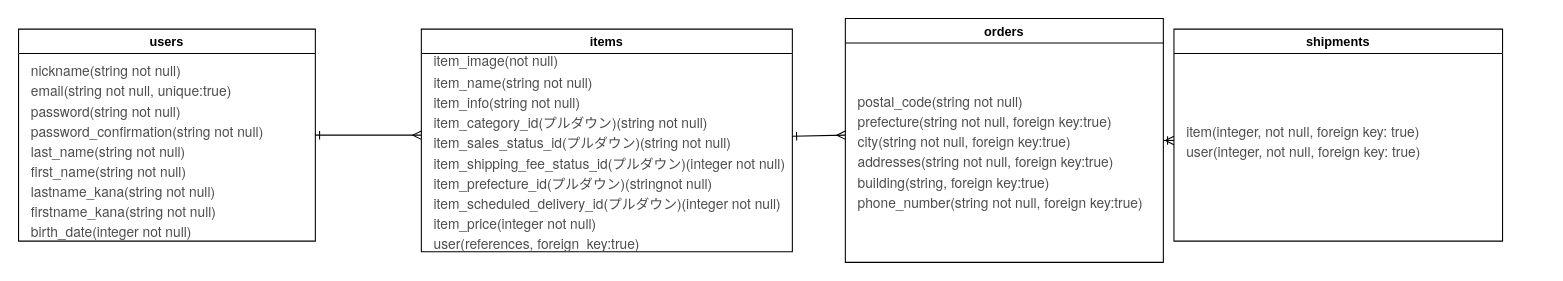
The draw.io diagram test.dio in ezurechan/furima-38118, before the edit. Source tidied: cells renumbered, new cells numbered last; positions are measured from the earlier drawing's top-left corner, leaving out a move shared by most shapes. Both pictures are drawn from the tidied source at 106%, with x=0, y=0 at pixel (18, 18).
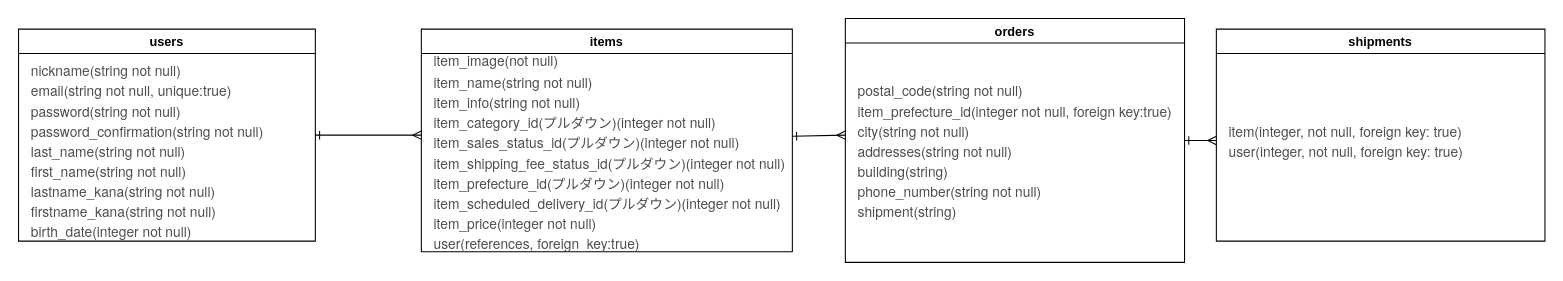
Above is the later version.

Diff of the diagram source:
```diff
@@
 <mxGraphModel>
   <root>
     <mxCell id="0" />
     <mxCell id="1" parent="0" />
     <mxCell id="2" style="edgeStyle=none;html=1;exitX=1;exitY=0.5;exitDx=0;exitDy=0;fontSize=13;fontColor=#FFFFFF;startArrow=ERone;startFill=0;endArrow=ERmany;endFill=0;" parent="1" edge="1" source="3">
       <mxGeometry relative="1" as="geometry">
         <mxPoint x="380" y="110" as="targetPoint" />
       </mxGeometry>
     </mxCell>
     <mxCell id="3" value="users" style="swimlane;labelBackgroundColor=default;" parent="1" vertex="1">
       <mxGeometry y="10" width="280" height="200" as="geometry" />
     </mxCell>
     <mxCell id="4" value="&lt;p class=&quot;p1&quot; style=&quot;margin: 0px ; font-stretch: normal ; font-size: 13px ; line-height: normal ; font-family: &amp;quot;helvetica neue&amp;quot;&quot;&gt;&lt;font&gt;nickname(&lt;/font&gt;&lt;span style=&quot;&quot;&gt;string&lt;/span&gt;&lt;font&gt;&amp;nbsp;not null)&lt;/font&gt;&lt;/p&gt;&lt;p class=&quot;p1&quot; style=&quot;margin: 0px ; font-stretch: normal ; font-size: 13px ; line-height: normal ; font-family: &amp;quot;helvetica neue&amp;quot;&quot;&gt;&lt;font&gt;email(&lt;/font&gt;&lt;span style=&quot;&quot;&gt;string&lt;/span&gt;&lt;font&gt;&amp;nbsp;not null, unique:true)&lt;/font&gt;&lt;/p&gt;&lt;p class=&quot;p1&quot; style=&quot;margin: 0px ; font-stretch: normal ; font-size: 13px ; line-height: normal ; font-family: &amp;quot;helvetica neue&amp;quot;&quot;&gt;&lt;font&gt;password(&lt;/font&gt;&lt;span style=&quot;&quot;&gt;string&lt;/span&gt;&lt;font&gt;&amp;nbsp;not null)&lt;/font&gt;&lt;/p&gt;&lt;p class=&quot;p1&quot; style=&quot;margin: 0px ; font-stretch: normal ; font-size: 13px ; line-height: normal ; font-family: &amp;quot;helvetica neue&amp;quot;&quot;&gt;&lt;font&gt;password_confirmation(&lt;/font&gt;&lt;span style=&quot;&quot;&gt;string&lt;/span&gt;&lt;font&gt;&amp;nbsp;not null)&lt;/font&gt;&lt;/p&gt;&lt;p class=&quot;p1&quot; style=&quot;margin: 0px ; font-stretch: normal ; font-size: 13px ; line-height: normal ; font-family: &amp;quot;helvetica neue&amp;quot;&quot;&gt;&lt;font&gt;last_name(&lt;/font&gt;&lt;span style=&quot;&quot;&gt;string&lt;/span&gt;&lt;font&gt;&amp;nbsp;not null)&lt;/font&gt;&lt;/p&gt;&lt;p class=&quot;p1&quot; style=&quot;margin: 0px ; font-stretch: normal ; font-size: 13px ; line-height: normal ; font-family: &amp;quot;helvetica neue&amp;quot;&quot;&gt;&lt;font&gt;first_name(&lt;/font&gt;&lt;span style=&quot;&quot;&gt;string&lt;/span&gt;&lt;font&gt;&amp;nbsp;not null)&lt;/font&gt;&lt;/p&gt;&lt;p class=&quot;p1&quot; style=&quot;margin: 0px ; font-stretch: normal ; font-size: 13px ; line-height: normal ; font-family: &amp;quot;helvetica neue&amp;quot;&quot;&gt;&lt;font&gt;lastname_kana(&lt;/font&gt;&lt;span style=&quot;&quot;&gt;string&lt;/span&gt;&lt;font&gt;&amp;nbsp;not null)&lt;/font&gt;&lt;/p&gt;&lt;p class=&quot;p1&quot; style=&quot;margin: 0px ; font-stretch: normal ; font-size: 13px ; line-height: normal ; font-family: &amp;quot;helvetica neue&amp;quot;&quot;&gt;&lt;font&gt;firstname_kana(&lt;/font&gt;&lt;span style=&quot;&quot;&gt;string&lt;/span&gt;&lt;font&gt;&amp;nbsp;not null)&lt;/font&gt;&lt;/p&gt;&lt;p class=&quot;p1&quot; style=&quot;margin: 0px ; font-stretch: normal ; font-size: 13px ; line-height: normal ; font-family: &amp;quot;helvetica neue&amp;quot;&quot;&gt;&lt;font&gt;birth_date(integer not null)&lt;/font&gt;&lt;/p&gt;" style="text;html=1;align=left;verticalAlign=middle;strokeColor=none;fillColor=none;fontColor=#4D4D4D;" parent="3" vertex="1">
       <mxGeometry x="10" y="40" width="240" height="150" as="geometry" />
     </mxCell>
     <mxCell id="5" style="edgeStyle=none;html=1;fontSize=13;fontColor=#FFFFFF;startArrow=ERone;startFill=0;endArrow=ERmany;endFill=0;" parent="1" edge="1" source="6">
       <mxGeometry relative="1" as="geometry">
         <mxPoint x="780" y="110" as="targetPoint" />
       </mxGeometry>
     </mxCell>
     <mxCell id="6" value="items" style="swimlane;" parent="1" vertex="1">
       <mxGeometry x="380" y="10" width="350" height="210" as="geometry" />
     </mxCell>
-    <mxCell id="7" value="&lt;p class=&quot;p1&quot; style=&quot;margin: 0px 0px 2px ; font-stretch: normal ; line-height: normal ; font-family: &amp;#34;helvetica neue&amp;#34; ; font-size: 13px&quot;&gt;&lt;font style=&quot;font-size: 13px&quot;&gt;item_image(not null)&lt;/font&gt;&lt;/p&gt;&lt;p class=&quot;p2&quot; style=&quot;margin: 0px ; font-stretch: normal ; line-height: normal ; font-family: &amp;#34;helvetica neue&amp;#34; ; font-size: 13px&quot;&gt;&lt;font style=&quot;font-size: 13px&quot;&gt;item_name(string not null)&lt;/font&gt;&lt;/p&gt;&lt;p class=&quot;p2&quot; style=&quot;margin: 0px ; font-stretch: normal ; line-height: normal ; font-family: &amp;#34;helvetica neue&amp;#34; ; font-size: 13px&quot;&gt;&lt;font style=&quot;font-size: 13px&quot;&gt;item_info(string&amp;nbsp;not null)&lt;/font&gt;&lt;/p&gt;&lt;p class=&quot;p2&quot; style=&quot;margin: 0px ; font-stretch: normal ; line-height: normal ; font-family: &amp;#34;helvetica neue&amp;#34; ; font-size: 13px&quot;&gt;&lt;font style=&quot;font-size: 13px&quot;&gt;item_category_id(プルダウン)(string&amp;nbsp;not null)&lt;/font&gt;&lt;/p&gt;&lt;p class=&quot;p2&quot; style=&quot;margin: 0px ; font-stretch: normal ; line-height: normal ; font-family: &amp;#34;helvetica neue&amp;#34; ; font-size: 13px&quot;&gt;&lt;font style=&quot;font-size: 13px&quot;&gt;item_sales_status_id(プルダウン)(string not null)&lt;/font&gt;&lt;/p&gt;&lt;p class=&quot;p2&quot; style=&quot;margin: 0px ; font-stretch: normal ; line-height: normal ; font-family: &amp;#34;helvetica neue&amp;#34; ; font-size: 13px&quot;&gt;&lt;font style=&quot;font-size: 13px&quot;&gt;item_shipping_fee_status_id(プルダウン)(integer not null)&lt;/font&gt;&lt;/p&gt;&lt;p class=&quot;p2&quot; style=&quot;margin: 0px ; font-stretch: normal ; line-height: normal ; font-family: &amp;#34;helvetica neue&amp;#34; ; font-size: 13px&quot;&gt;&lt;font style=&quot;font-size: 13px&quot;&gt;item_prefecture_id(プルダウン)(stringnot null)&lt;/font&gt;&lt;/p&gt;&lt;p class=&quot;p2&quot; style=&quot;margin: 0px ; font-stretch: normal ; line-height: normal ; font-family: &amp;#34;helvetica neue&amp;#34; ; font-size: 13px&quot;&gt;&lt;font style=&quot;font-size: 13px&quot;&gt;item_scheduled_delivery_id(プルダウン)(integer not null)&lt;/font&gt;&lt;/p&gt;&lt;p class=&quot;p2&quot; style=&quot;margin: 0px ; font-stretch: normal ; line-height: normal ; font-family: &amp;#34;helvetica neue&amp;#34; ; font-size: 13px&quot;&gt;&lt;font style=&quot;font-size: 13px&quot;&gt;item_price(integer not null)&lt;/font&gt;&lt;/p&gt;&lt;p class=&quot;p2&quot; style=&quot;margin: 0px ; font-stretch: normal ; line-height: normal ; font-family: &amp;#34;helvetica neue&amp;#34; ; font-size: 13px&quot;&gt;&lt;font style=&quot;font-size: 13px&quot;&gt;user(references, foreign_key:true)&lt;/font&gt;&lt;/p&gt;" style="text;html=1;align=left;verticalAlign=middle;strokeColor=none;fillColor=none;fontColor=#4D4D4D;" parent="6" vertex="1">
+    <mxCell id="7" value="&lt;p class=&quot;p1&quot; style=&quot;margin: 0px 0px 2px ; font-stretch: normal ; line-height: normal ; font-family: &amp;#34;helvetica neue&amp;#34; ; font-size: 13px&quot;&gt;&lt;font style=&quot;font-size: 13px&quot;&gt;item_image(not null)&lt;/font&gt;&lt;/p&gt;&lt;p class=&quot;p2&quot; style=&quot;margin: 0px ; font-stretch: normal ; line-height: normal ; font-family: &amp;#34;helvetica neue&amp;#34; ; font-size: 13px&quot;&gt;&lt;font style=&quot;font-size: 13px&quot;&gt;item_name(string not null)&lt;/font&gt;&lt;/p&gt;&lt;p class=&quot;p2&quot; style=&quot;margin: 0px ; font-stretch: normal ; line-height: normal ; font-family: &amp;#34;helvetica neue&amp;#34; ; font-size: 13px&quot;&gt;&lt;font style=&quot;font-size: 13px&quot;&gt;item_info(string&amp;nbsp;not null)&lt;/font&gt;&lt;/p&gt;&lt;p class=&quot;p2&quot; style=&quot;margin: 0px ; font-stretch: normal ; line-height: normal ; font-family: &amp;#34;helvetica neue&amp;#34; ; font-size: 13px&quot;&gt;&lt;font style=&quot;font-size: 13px&quot;&gt;item_category_id(プルダウン)(integer not null)&lt;/font&gt;&lt;/p&gt;&lt;p class=&quot;p2&quot; style=&quot;margin: 0px ; font-stretch: normal ; line-height: normal ; font-family: &amp;#34;helvetica neue&amp;#34; ; font-size: 13px&quot;&gt;&lt;font style=&quot;font-size: 13px&quot;&gt;item_sales_status_id(プルダウン)(integer not null)&lt;/font&gt;&lt;/p&gt;&lt;p class=&quot;p2&quot; style=&quot;margin: 0px ; font-stretch: normal ; line-height: normal ; font-family: &amp;#34;helvetica neue&amp;#34; ; font-size: 13px&quot;&gt;&lt;font style=&quot;font-size: 13px&quot;&gt;item_shipping_fee_status_id(プルダウン)(integer not null)&lt;/font&gt;&lt;/p&gt;&lt;p class=&quot;p2&quot; style=&quot;margin: 0px ; font-stretch: normal ; line-height: normal ; font-family: &amp;#34;helvetica neue&amp;#34; ; font-size: 13px&quot;&gt;&lt;font style=&quot;font-size: 13px&quot;&gt;item_prefecture_id(プルダウン)(integer not null)&lt;/font&gt;&lt;/p&gt;&lt;p class=&quot;p2&quot; style=&quot;margin: 0px ; font-stretch: normal ; line-height: normal ; font-family: &amp;#34;helvetica neue&amp;#34; ; font-size: 13px&quot;&gt;&lt;font style=&quot;font-size: 13px&quot;&gt;item_scheduled_delivery_id(プルダウン)(integer not null)&lt;/font&gt;&lt;/p&gt;&lt;p class=&quot;p2&quot; style=&quot;margin: 0px ; font-stretch: normal ; line-height: normal ; font-family: &amp;#34;helvetica neue&amp;#34; ; font-size: 13px&quot;&gt;&lt;font style=&quot;font-size: 13px&quot;&gt;item_price(integer not null)&lt;/font&gt;&lt;/p&gt;&lt;p class=&quot;p2&quot; style=&quot;margin: 0px ; font-stretch: normal ; line-height: normal ; font-family: &amp;#34;helvetica neue&amp;#34; ; font-size: 13px&quot;&gt;&lt;font style=&quot;font-size: 13px&quot;&gt;user(references, foreign_key:true)&lt;/font&gt;&lt;/p&gt;" style="text;html=1;align=left;verticalAlign=middle;strokeColor=none;fillColor=none;fontColor=#4D4D4D;" parent="6" vertex="1">
       <mxGeometry x="10" y="20" width="340" height="190" as="geometry" />
     </mxCell>
     <mxCell id="8" style="edgeStyle=none;html=1;fontSize=13;fontColor=#FFFFFF;startArrow=ERone;startFill=0;endArrow=ERmany;endFill=0;" parent="1" edge="1" source="9">
       <mxGeometry relative="1" as="geometry">
-        <mxPoint x="1090" y="115" as="targetPoint" />
+        <mxPoint x="1130" y="115" as="targetPoint" />
       </mxGeometry>
     </mxCell>
     <mxCell id="9" value="orders" style="swimlane;" parent="1" vertex="1">
-      <mxGeometry x="780" width="300" height="230" as="geometry" />
+      <mxGeometry x="780" width="320" height="230" as="geometry" />
     </mxCell>
-    <mxCell id="10" value="&lt;p class=&quot;p1&quot; style=&quot;margin: 0px ; font-stretch: normal ; line-height: normal ; font-family: &amp;#34;helvetica neue&amp;#34;&quot;&gt;&lt;span&gt;postal_code(string not null)&lt;/span&gt;&lt;br&gt;&lt;/p&gt;&lt;p class=&quot;p1&quot; style=&quot;margin: 0px ; font-stretch: normal ; line-height: normal ; font-family: &amp;#34;helvetica neue&amp;#34;&quot;&gt;prefecture(string&amp;nbsp;not null, foreign key:true&lt;span&gt;)&lt;/span&gt;&lt;/p&gt;&lt;p class=&quot;p1&quot; style=&quot;margin: 0px ; font-stretch: normal ; line-height: normal ; font-family: &amp;#34;helvetica neue&amp;#34;&quot;&gt;city(string&amp;nbsp;not null, foreign key:true)&lt;/p&gt;&lt;p class=&quot;p1&quot; style=&quot;margin: 0px ; font-stretch: normal ; line-height: normal ; font-family: &amp;#34;helvetica neue&amp;#34;&quot;&gt;addresses(string not null, foreign key:true)&lt;/p&gt;&lt;p class=&quot;p1&quot; style=&quot;margin: 0px ; font-stretch: normal ; line-height: normal ; font-family: &amp;#34;helvetica neue&amp;#34;&quot;&gt;building(string, foreign key:true)&lt;/p&gt;&lt;p class=&quot;p1&quot; style=&quot;margin: 0px ; font-stretch: normal ; line-height: normal ; font-family: &amp;#34;helvetica neue&amp;#34;&quot;&gt;phone_number(string&amp;nbsp;not null, foreign key:true)&lt;/p&gt;" style="text;html=1;align=left;verticalAlign=middle;strokeColor=none;fillColor=none;fontSize=13;fontColor=#4D4D4D;" parent="9" vertex="1">
-      <mxGeometry x="10" y="75" width="290" height="100" as="geometry" />
+    <mxCell id="10" value="&lt;p class=&quot;p1&quot; style=&quot;margin: 0px ; font-stretch: normal ; line-height: normal ; font-family: &amp;#34;helvetica neue&amp;#34;&quot;&gt;&lt;span&gt;postal_code(string not null)&lt;/span&gt;&lt;br&gt;&lt;/p&gt;&lt;p class=&quot;p1&quot; style=&quot;margin: 0px ; font-stretch: normal ; line-height: normal ; font-family: &amp;#34;helvetica neue&amp;#34;&quot;&gt;item_prefecture_id(integer not null, foreign key:true&lt;span&gt;)&lt;/span&gt;&lt;/p&gt;&lt;p class=&quot;p1&quot; style=&quot;margin: 0px ; font-stretch: normal ; line-height: normal ; font-family: &amp;#34;helvetica neue&amp;#34;&quot;&gt;city(string&amp;nbsp;not null)&lt;/p&gt;&lt;p class=&quot;p1&quot; style=&quot;margin: 0px ; font-stretch: normal ; line-height: normal ; font-family: &amp;#34;helvetica neue&amp;#34;&quot;&gt;addresses(string not null)&lt;/p&gt;&lt;p class=&quot;p1&quot; style=&quot;margin: 0px ; font-stretch: normal ; line-height: normal ; font-family: &amp;#34;helvetica neue&amp;#34;&quot;&gt;building(string)&lt;/p&gt;&lt;p class=&quot;p1&quot; style=&quot;margin: 0px ; font-stretch: normal ; line-height: normal ; font-family: &amp;#34;helvetica neue&amp;#34;&quot;&gt;phone_number(string&amp;nbsp;not null)&lt;/p&gt;&lt;p class=&quot;p1&quot; style=&quot;margin: 0px ; font-stretch: normal ; line-height: normal ; font-family: &amp;#34;helvetica neue&amp;#34;&quot;&gt;shipment(string)&lt;/p&gt;" style="text;html=1;align=left;verticalAlign=middle;strokeColor=none;fillColor=none;fontSize=13;fontColor=#4D4D4D;" parent="9" vertex="1">
+      <mxGeometry x="10" y="65" width="310" height="120" as="geometry" />
     </mxCell>
     <mxCell id="11" value="shipments" style="swimlane;" parent="1" vertex="1">
-      <mxGeometry x="1090" y="10" width="310" height="200" as="geometry" />
+      <mxGeometry x="1130" y="10" width="310" height="200" as="geometry" />
     </mxCell>
     <mxCell id="12" value="&lt;p class=&quot;p1&quot; style=&quot;margin: 0px ; font-stretch: normal ; line-height: normal ; font-family: &amp;#34;helvetica neue&amp;#34;&quot;&gt;item(integer, not null, foreign key: true)&lt;/p&gt;&lt;p class=&quot;p1&quot; style=&quot;margin: 0px ; font-stretch: normal ; line-height: normal ; font-family: &amp;#34;helvetica neue&amp;#34;&quot;&gt;user(integer, not null, foreign key: true)&lt;br&gt;&lt;/p&gt;" style="text;html=1;align=left;verticalAlign=middle;strokeColor=none;fillColor=none;fontSize=13;fontColor=#4D4D4D;" parent="11" vertex="1">
       <mxGeometry x="10" y="85" width="240" height="40" as="geometry" />
     </mxCell>
   </root>
 </mxGraphModel>
```
